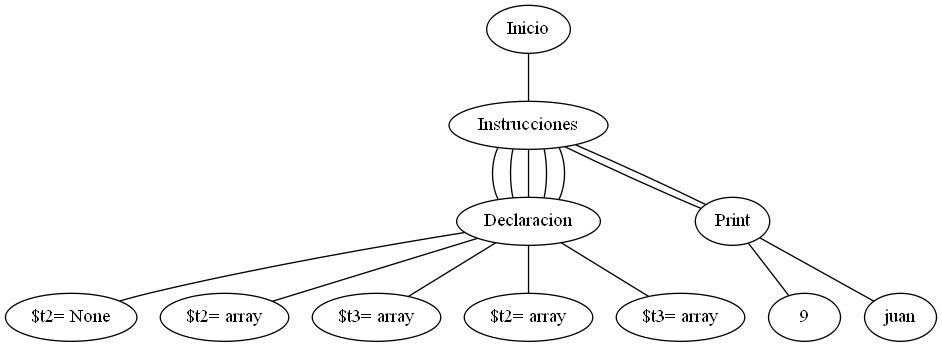
Earlier version of the Graphviz export reports/graph.png (PabloOsuna1997/Proyecto_Augus). Its source is kept beside it as reports/graph.dot.
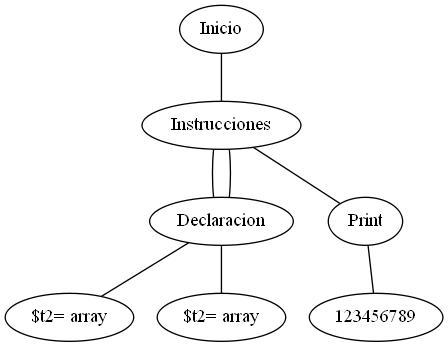
After the change.

Commit message:
bugfix: reestructure in array declarations

Change to the diagram source:
```diff
@@ -5,29 +5,13 @@
 n001 -- n003;
 n003 [label="Declaracion"] ;
 n003 -- n004;
-n004 [label="$t2= None"] ;
+n004 [label="$t2= array"] ;
 n001 -- n003;
 n003 [label="Declaracion"] ;
 n003 -- n005;
 n005 [label="$t2= array"] ;
-n001 -- n003;
-n003 [label="Declaracion"] ;
-n003 -- n006;
-n006 [label="$t3= array"] ;
 n001 -- n002;
 n002 [label="Print"] ;
-n002 -- n007;
-n007 [label="9"] ;
-n001 -- n003;
-n003 [label="Declaracion"] ;
-n003 -- n008;
-n008 [label="$t2= array"] ;
-n001 -- n003;
-n003 [label="Declaracion"] ;
-n003 -- n009;
-n009 [label="$t3= array"] ;
-n001 -- n002;
-n002 [label="Print"] ;
-n002 -- n0010;
-n0010 [label="juan"] ;
+n002 -- n006;
+n006 [label="123456789"] ;
 }
```
